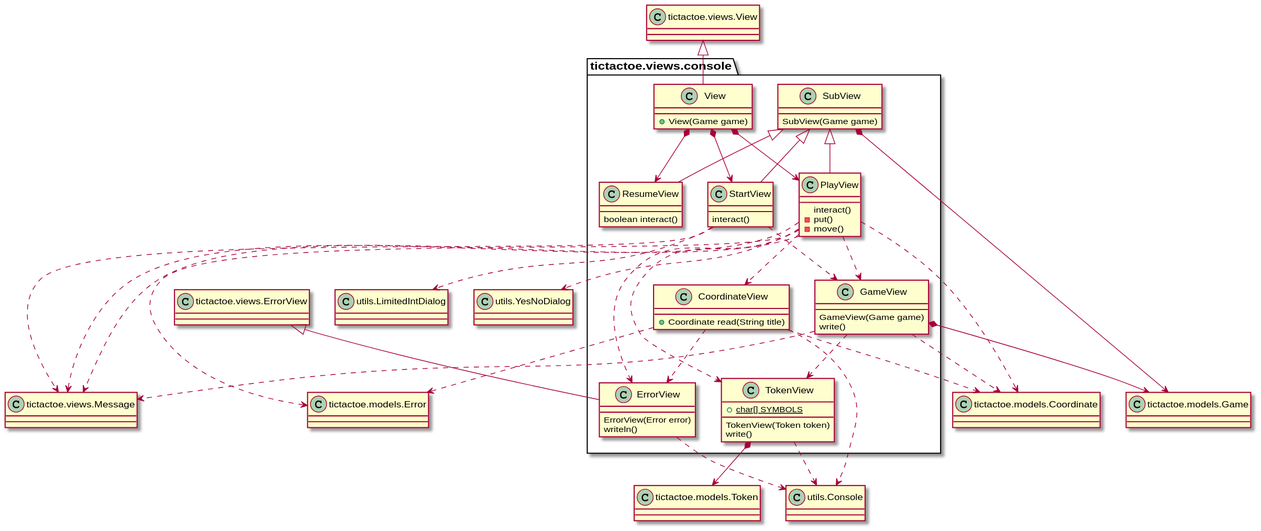
Above: documentView/withoutFactoryMethod/docs/diagrams/out/paquetes/tictactoe.views.console.svg in Jolucaa/USantaTecla-project-ticTacToe (PlantUML), before the change.
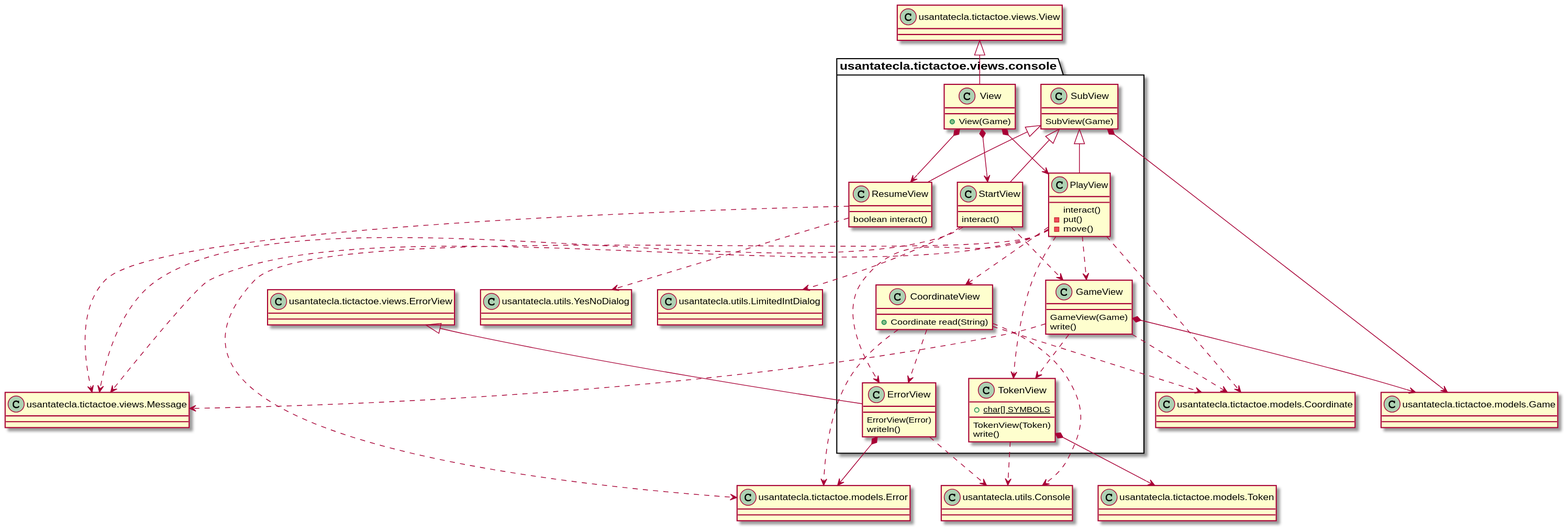
The same file after the commit.

Diff of the diagram source:
```diff
@@ -1,56 +1,57 @@
 @startuml
-class tictactoe.views.console.CoordinateView {
+class usantatecla.tictactoe.views.console.CoordinateView {
 
-    + Coordinate read(String title)
+    + Coordinate read(String)
 
 }
 
-tictactoe.views.console.CoordinateView ..> tictactoe.views.console.ErrorView
+usantatecla.tictactoe.views.console.CoordinateView ..> usantatecla.tictactoe.views.console.ErrorView
 
-class Coordinate as "tictactoe.models.Coordinate"
-class Error as "tictactoe.models.Error"
-class Console as "utils.Console"
+class Coordinate as "usantatecla.tictactoe.models.Coordinate"
+class Error as "usantatecla.tictactoe.models.Error"
+class Console as "usantatecla.utils.Console"
 
-tictactoe.views.console.CoordinateView ..> Console
-tictactoe.views.console.CoordinateView ..> Error
-tictactoe.views.console.CoordinateView ..> Coordinate
+usantatecla.tictactoe.views.console.CoordinateView ..> Console
+usantatecla.tictactoe.views.console.CoordinateView ..> Error
+usantatecla.tictactoe.views.console.CoordinateView ..> Coordinate
 
-class tictactoe.views.console.ErrorView {
+class usantatecla.tictactoe.views.console.ErrorView {
 
-	ErrorView(Error error)
+	ErrorView(Error)
 	writeln()
 
 }
 
-class ErrorView as "tictactoe.views.ErrorView"
+class ErrorView as "usantatecla.tictactoe.views.ErrorView"
 
-ErrorView <|-- tictactoe.views.console.ErrorView
-tictactoe.views.console.ErrorView ..> Console
+ErrorView <|-- usantatecla.tictactoe.views.console.ErrorView
+usantatecla.tictactoe.views.console.ErrorView ..> Console
+usantatecla.tictactoe.views.console.ErrorView *--> Error
 
-class tictactoe.views.console.GameView {
+class usantatecla.tictactoe.views.console.GameView {
 
-    GameView(Game game)
+    GameView(Game)
 	write()
 
 }
 
-class Game as "tictactoe.models.Game"
-class Message as "tictactoe.views.Message"
+class Game as "usantatecla.tictactoe.models.Game"
+class Message as "usantatecla.tictactoe.views.Message"
 
-tictactoe.views.console.GameView *--> Game
-tictactoe.views.console.GameView ..> Coordinate
-tictactoe.views.console.GameView ..> Message
-tictactoe.views.console.GameView ..> tictactoe.views.console.TokenView
+usantatecla.tictactoe.views.console.GameView *--> Game
+usantatecla.tictactoe.views.console.GameView ..> Coordinate
+usantatecla.tictactoe.views.console.GameView ..> Message
+usantatecla.tictactoe.views.console.GameView ..> usantatecla.tictactoe.views.console.TokenView
 
-class tictactoe.views.console.SubView {
+class usantatecla.tictactoe.views.console.SubView {
 
-	SubView(Game game)
+	SubView(Game)
 
 }
 
-tictactoe.views.console.SubView *--> Game
+usantatecla.tictactoe.views.console.SubView *--> Game
 
-class tictactoe.views.console.PlayView {
+class usantatecla.tictactoe.views.console.PlayView {
 
     interact()
     - put()
@@ -58,64 +59,64 @@
 
 }
 
-tictactoe.views.console.SubView <|-- tictactoe.views.console.PlayView
-tictactoe.views.console.PlayView ..> Coordinate
-tictactoe.views.console.PlayView ..> Message
-tictactoe.views.console.PlayView ..> Error
-tictactoe.views.console.PlayView ..> tictactoe.views.console.ErrorView
-tictactoe.views.console.PlayView ..> tictactoe.views.console.CoordinateView
-tictactoe.views.console.PlayView ..> tictactoe.views.console.GameView
-tictactoe.views.console.PlayView ..> tictactoe.views.console.TokenView
+usantatecla.tictactoe.views.console.SubView <|-- usantatecla.tictactoe.views.console.PlayView
+usantatecla.tictactoe.views.console.PlayView ..> Coordinate
+usantatecla.tictactoe.views.console.PlayView ..> Message
+usantatecla.tictactoe.views.console.PlayView ..> Error
+usantatecla.tictactoe.views.console.PlayView ..> usantatecla.tictactoe.views.console.ErrorView
+usantatecla.tictactoe.views.console.PlayView ..> usantatecla.tictactoe.views.console.CoordinateView
+usantatecla.tictactoe.views.console.PlayView ..> usantatecla.tictactoe.views.console.GameView
+usantatecla.tictactoe.views.console.PlayView ..> usantatecla.tictactoe.views.console.TokenView
 
-class tictactoe.views.console.ResumeView {
+class usantatecla.tictactoe.views.console.ResumeView {
 
 	boolean interact()
 
 }
 
-class YesNoDialog as "utils.YesNoDialog"
+class YesNoDialog as "usantatecla.utils.YesNoDialog"
 
-tictactoe.views.console.SubView <|-- tictactoe.views.console.ResumeView
-tictactoe.views.console.PlayView ..> Message
-tictactoe.views.console.PlayView ..> YesNoDialog
+usantatecla.tictactoe.views.console.SubView <|-- usantatecla.tictactoe.views.console.ResumeView
+usantatecla.tictactoe.views.console.ResumeView ..> Message
+usantatecla.tictactoe.views.console.ResumeView ..> YesNoDialog
 
-class tictactoe.views.console.StartView {
+class usantatecla.tictactoe.views.console.StartView {
 
 	interact()
 
 }
 
-class LimitedIntDialog as "utils.LimitedIntDialog"
+class LimitedIntDialog as "usantatecla.utils.LimitedIntDialog"
 
-tictactoe.views.console.SubView <|-- tictactoe.views.console.StartView
-tictactoe.views.console.StartView ..> Message
-tictactoe.views.console.StartView ..> LimitedIntDialog
-tictactoe.views.console.StartView ..> tictactoe.views.console.GameView
+usantatecla.tictactoe.views.console.SubView <|-- usantatecla.tictactoe.views.console.StartView
+usantatecla.tictactoe.views.console.StartView ..> Message
+usantatecla.tictactoe.views.console.StartView ..> LimitedIntDialog
+usantatecla.tictactoe.views.console.StartView ..> usantatecla.tictactoe.views.console.GameView
 
-class tictactoe.views.console.TokenView {
+class usantatecla.tictactoe.views.console.TokenView {
 
 	+ {static} char[] SYMBOLS
 
-	TokenView(Token token)
+	TokenView(Token)
 	write()
 
 }
 
-class Token as "tictactoe.models.Token"
+class Token as "usantatecla.tictactoe.models.Token"
 
-tictactoe.views.console.TokenView *--> Token
-tictactoe.views.console.TokenView ..> Console
+usantatecla.tictactoe.views.console.TokenView *--> Token
+usantatecla.tictactoe.views.console.TokenView ..> Console
 
-class tictactoe.views.console.View {
+class usantatecla.tictactoe.views.console.View {
 
-	+ View(Game game)
+	+ View(Game)
 
 }
 
-class View as "tictactoe.views.View"
+class View as "usantatecla.tictactoe.views.View"
 
-View <|-- tictactoe.views.console.View
-tictactoe.views.console.View *--> tictactoe.views.console.ResumeView
-tictactoe.views.console.View *--> tictactoe.views.console.PlayView
-tictactoe.views.console.View *--> tictactoe.views.console.StartView
+View <|-- usantatecla.tictactoe.views.console.View
+usantatecla.tictactoe.views.console.View *--> usantatecla.tictactoe.views.console.ResumeView
+usantatecla.tictactoe.views.console.View *--> usantatecla.tictactoe.views.console.PlayView
+usantatecla.tictactoe.views.console.View *--> usantatecla.tictactoe.views.console.StartView
 @enduml
```
